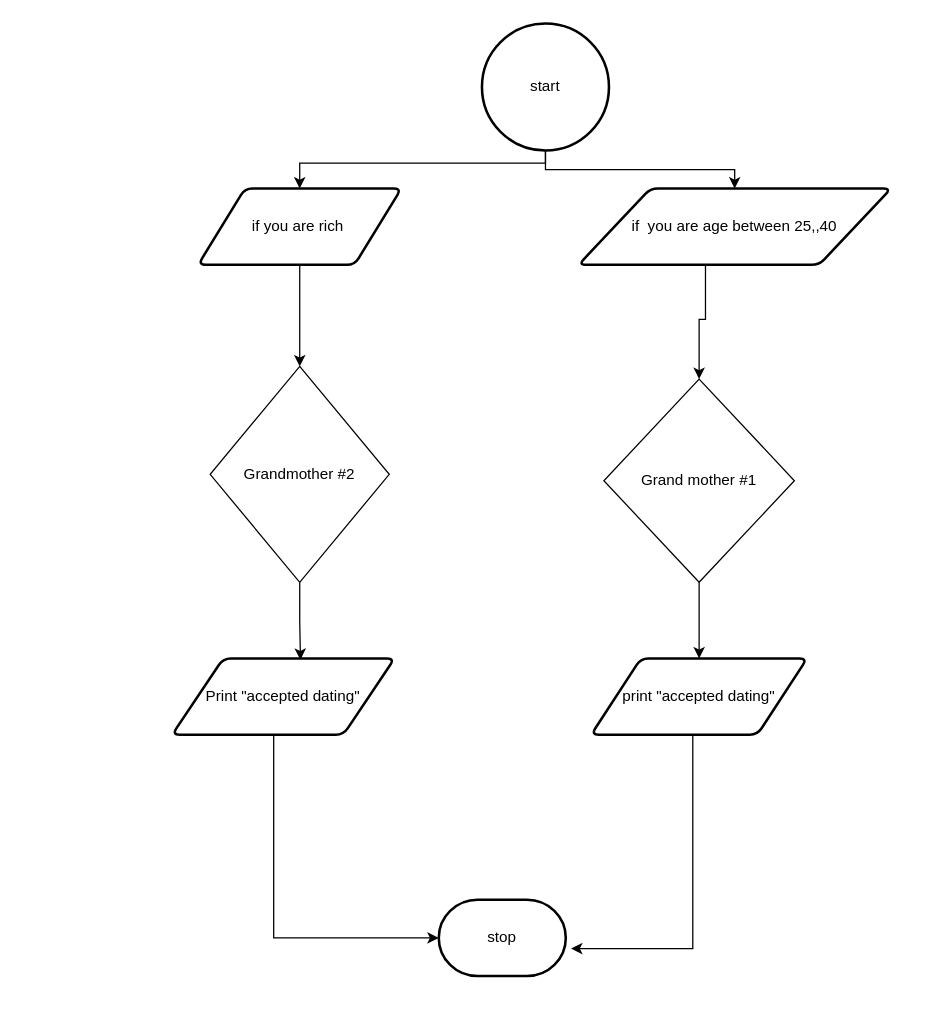
The draw.io diagram Flowchart.drawio in mohammedal-ess/ICS3U-Unit3-07-Python, before the edit. Source tidied: cells renumbered, new cells numbered last; positions are measured from the earlier drawing's top-left corner, leaving out a move shared by most shapes. Both pictures are drawn from the tidied source at 127%, with x=0, y=0 at pixel (171, 23).
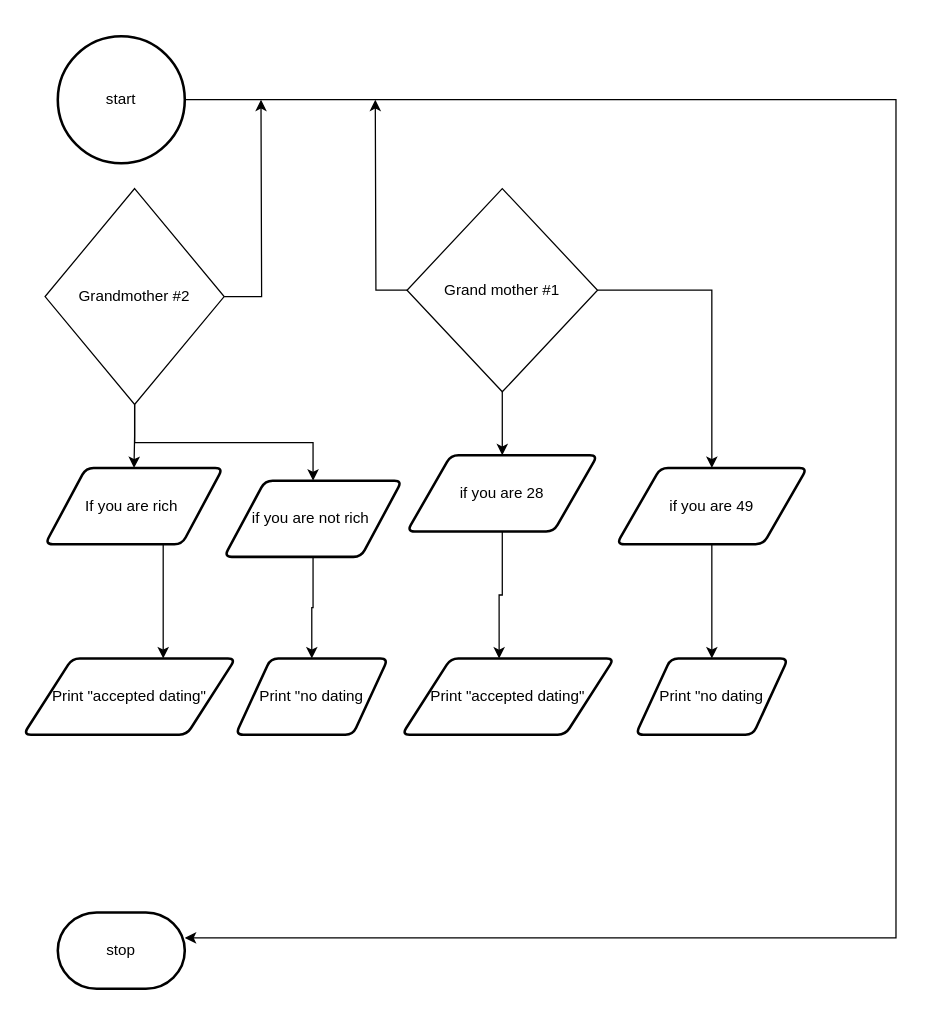
The same diagram, later.

What changed in the source:
```diff
@@
-    <mxCell id="2" style="edgeStyle=orthogonalEdgeStyle;html=1;entryX=0.5;entryY=0;entryDx=0;entryDy=0;rounded=0;" parent="1" edge="1" source="4" target="6">
-      <mxGeometry relative="1" as="geometry">
-        <Array as="points">
-          <mxPoint x="294" y="110" />
-          <mxPoint x="101" y="110" />
-        </Array>
-      </mxGeometry>
-    </mxCell>
-    <mxCell id="3" style="edgeStyle=orthogonalEdgeStyle;rounded=0;html=1;" parent="1" edge="1" source="4" target="10">
-      <mxGeometry relative="1" as="geometry">
-        <Array as="points">
-          <mxPoint x="294" y="115" />
-          <mxPoint x="443" y="115" />
-        </Array>
-      </mxGeometry>
-    </mxCell>
+    <mxCell id="18" style="edgeStyle=orthogonalEdgeStyle;rounded=0;html=1;" parent="1" edge="1" source="4" target="15">
+      <mxGeometry relative="1" as="geometry">
+        <Array as="points">
+          <mxPoint x="570" y="60" />
+          <mxPoint x="570" y="720" />
+        </Array>
+      </mxGeometry>
+    </mxCell>
     <mxCell id="4" value="start" style="strokeWidth=2;html=1;shape=mxgraph.flowchart.start_2;whiteSpace=wrap;" parent="1" vertex="1">
-      <mxGeometry x="244" width="100" height="100" as="geometry" />
+      <mxGeometry x="-90" y="10" width="100" height="100" as="geometry" />
     </mxCell>
-    <mxCell id="5" style="edgeStyle=orthogonalEdgeStyle;html=1;entryX=0.5;entryY=0;entryDx=0;entryDy=0;rounded=0;" parent="1" edge="1" source="6" target="8">
-      <mxGeometry relative="1" as="geometry" />
-    </mxCell>
-    <mxCell id="6" value="if you are rich&amp;nbsp;" style="shape=parallelogram;html=1;strokeWidth=2;perimeter=parallelogramPerimeter;whiteSpace=wrap;rounded=1;arcSize=12;size=0.23;" parent="1" vertex="1">
-      <mxGeometry x="20.5" y="130" width="160" height="60" as="geometry" />
-    </mxCell>
-    <mxCell id="7" style="edgeStyle=orthogonalEdgeStyle;rounded=0;html=1;entryX=0.577;entryY=0.017;entryDx=0;entryDy=0;entryPerimeter=0;" parent="1" edge="1" source="8" target="14">
-      <mxGeometry relative="1" as="geometry" />
-    </mxCell>
+    <mxCell id="19" style="edgeStyle=orthogonalEdgeStyle;rounded=0;html=1;entryX=0.5;entryY=0;entryDx=0;entryDy=0;" parent="1" edge="1" source="8" target="28">
+      <mxGeometry relative="1" as="geometry" />
+    </mxCell>
+    <mxCell id="20" style="edgeStyle=orthogonalEdgeStyle;rounded=0;html=1;" parent="1" edge="1" source="8" target="26">
+      <mxGeometry relative="1" as="geometry" />
+    </mxCell>
+    <mxCell id="21" style="edgeStyle=orthogonalEdgeStyle;rounded=0;html=1;" parent="1" edge="1" source="8">
+      <mxGeometry relative="1" as="geometry">
+        <mxPoint x="70" y="60" as="targetPoint" />
+      </mxGeometry>
+    </mxCell>
     <mxCell id="8" value="Grandmother #2" style="rhombus;whiteSpace=wrap;html=1;" parent="1" vertex="1">
-      <mxGeometry x="30" y="270" width="141" height="170" as="geometry" />
+      <mxGeometry x="-100" y="130" width="141" height="170" as="geometry" />
     </mxCell>
-    <mxCell id="9" style="edgeStyle=orthogonalEdgeStyle;rounded=0;html=1;" parent="1" edge="1" source="10" target="12">
-      <mxGeometry relative="1" as="geometry">
-        <Array as="points">
-          <mxPoint x="420" y="233" />
-          <mxPoint x="415" y="233" />
-        </Array>
-      </mxGeometry>
-    </mxCell>
-    <mxCell id="10" value="if&amp;nbsp; you are age between 25,,40" style="shape=parallelogram;html=1;strokeWidth=2;perimeter=parallelogramPerimeter;whiteSpace=wrap;rounded=1;arcSize=12;size=0.23;" parent="1" vertex="1">
-      <mxGeometry x="320" y="130" width="246.1" height="60" as="geometry" />
-    </mxCell>
-    <mxCell id="11" style="edgeStyle=orthogonalEdgeStyle;rounded=0;html=1;entryX=0.5;entryY=0;entryDx=0;entryDy=0;" parent="1" edge="1" source="12" target="17">
-      <mxGeometry relative="1" as="geometry" />
-    </mxCell>
+    <mxCell id="22" style="edgeStyle=orthogonalEdgeStyle;rounded=0;html=1;" parent="1" edge="1" source="12" target="32">
+      <mxGeometry relative="1" as="geometry" />
+    </mxCell>
+    <mxCell id="23" style="edgeStyle=orthogonalEdgeStyle;rounded=0;html=1;" parent="1" edge="1" source="12" target="30">
+      <mxGeometry relative="1" as="geometry" />
+    </mxCell>
+    <mxCell id="24" style="edgeStyle=orthogonalEdgeStyle;rounded=0;html=1;" parent="1" edge="1" source="12">
+      <mxGeometry relative="1" as="geometry">
+        <mxPoint x="160" y="60" as="targetPoint" />
+      </mxGeometry>
+    </mxCell>
     <mxCell id="12" value="Grand mother #1" style="rhombus;whiteSpace=wrap;html=1;" parent="1" vertex="1">
-      <mxGeometry x="340" y="280" width="150" height="160" as="geometry" />
+      <mxGeometry x="185" y="130" width="150" height="160" as="geometry" />
     </mxCell>
-    <mxCell id="13" style="edgeStyle=orthogonalEdgeStyle;rounded=0;html=1;entryX=0;entryY=0.5;entryDx=0;entryDy=0;entryPerimeter=0;" parent="1" edge="1" source="14" target="15">
-      <mxGeometry relative="1" as="geometry">
-        <Array as="points">
-          <mxPoint x="80" y="720" />
-        </Array>
-      </mxGeometry>
-    </mxCell>
     <mxCell id="14" value="Print &quot;accepted dating&quot;" style="shape=parallelogram;html=1;strokeWidth=2;perimeter=parallelogramPerimeter;whiteSpace=wrap;rounded=1;arcSize=12;size=0.23;" parent="1" vertex="1">
-      <mxGeometry y="500" width="175.2" height="60" as="geometry" />
+      <mxGeometry x="-117.1" y="500" width="167.1" height="60" as="geometry" />
     </mxCell>
     <mxCell id="15" value="stop" style="strokeWidth=2;html=1;shape=mxgraph.flowchart.terminator;whiteSpace=wrap;" parent="1" vertex="1">
-      <mxGeometry x="210" y="690" width="100" height="60" as="geometry" />
+      <mxGeometry x="-90" y="700" width="100" height="60" as="geometry" />
     </mxCell>
-    <mxCell id="16" style="edgeStyle=orthogonalEdgeStyle;rounded=0;html=1;entryX=1.041;entryY=0.64;entryDx=0;entryDy=0;entryPerimeter=0;" parent="1" edge="1" source="17" target="15">
-      <mxGeometry relative="1" as="geometry">
-        <Array as="points">
-          <mxPoint x="410" y="728" />
-        </Array>
-      </mxGeometry>
-    </mxCell>
-    <mxCell id="17" value="print &quot;accepted dating&quot;" style="shape=parallelogram;html=1;strokeWidth=2;perimeter=parallelogramPerimeter;whiteSpace=wrap;rounded=1;arcSize=12;size=0.23;" parent="1" vertex="1">
-      <mxGeometry x="330" y="500" width="170" height="60" as="geometry" />
-    </mxCell>
+    <mxCell id="25" style="edgeStyle=orthogonalEdgeStyle;rounded=0;html=1;" parent="1" edge="1" source="26" target="33">
+      <mxGeometry relative="1" as="geometry" />
+    </mxCell>
+    <mxCell id="26" value="if you are not rich&amp;nbsp;" style="shape=parallelogram;html=1;strokeWidth=2;perimeter=parallelogramPerimeter;whiteSpace=wrap;rounded=1;arcSize=12;size=0.23;" parent="1" vertex="1">
+      <mxGeometry x="41" y="360" width="140" height="60" as="geometry" />
+    </mxCell>
+    <mxCell id="27" style="edgeStyle=orthogonalEdgeStyle;rounded=0;html=1;" parent="1" edge="1" source="28" target="14">
+      <mxGeometry relative="1" as="geometry">
+        <Array as="points">
+          <mxPoint x="-7" y="450" />
+          <mxPoint x="-7" y="450" />
+        </Array>
+      </mxGeometry>
+    </mxCell>
+    <mxCell id="28" value="If you are rich&amp;nbsp;" style="shape=parallelogram;html=1;strokeWidth=2;perimeter=parallelogramPerimeter;whiteSpace=wrap;rounded=1;arcSize=12;size=0.23;" parent="1" vertex="1">
+      <mxGeometry x="-100" y="350" width="140" height="60" as="geometry" />
+    </mxCell>
+    <mxCell id="29" style="edgeStyle=orthogonalEdgeStyle;rounded=0;html=1;" parent="1" edge="1" source="30" target="35">
+      <mxGeometry relative="1" as="geometry" />
+    </mxCell>
+    <mxCell id="30" value="if you are 49" style="shape=parallelogram;html=1;strokeWidth=2;perimeter=parallelogramPerimeter;whiteSpace=wrap;rounded=1;arcSize=12;size=0.23;" parent="1" vertex="1">
+      <mxGeometry x="350" y="350" width="150" height="60" as="geometry" />
+    </mxCell>
+    <mxCell id="31" style="edgeStyle=orthogonalEdgeStyle;rounded=0;html=1;entryX=0.458;entryY=0.001;entryDx=0;entryDy=0;entryPerimeter=0;" parent="1" edge="1" source="32" target="34">
+      <mxGeometry relative="1" as="geometry" />
+    </mxCell>
+    <mxCell id="32" value="if you are 28" style="shape=parallelogram;html=1;strokeWidth=2;perimeter=parallelogramPerimeter;whiteSpace=wrap;rounded=1;arcSize=12;size=0.23;" parent="1" vertex="1">
+      <mxGeometry x="185" y="340" width="150" height="60" as="geometry" />
+    </mxCell>
+    <mxCell id="33" value="Print &quot;no dating" style="shape=parallelogram;html=1;strokeWidth=2;perimeter=parallelogramPerimeter;whiteSpace=wrap;rounded=1;arcSize=12;size=0.23;" parent="1" vertex="1">
+      <mxGeometry x="50" y="500" width="120" height="60" as="geometry" />
+    </mxCell>
+    <mxCell id="34" value="Print &quot;accepted dating&quot;" style="shape=parallelogram;html=1;strokeWidth=2;perimeter=parallelogramPerimeter;whiteSpace=wrap;rounded=1;arcSize=12;size=0.23;" parent="1" vertex="1">
+      <mxGeometry x="181" y="500" width="167.1" height="60" as="geometry" />
+    </mxCell>
+    <mxCell id="35" value="Print &quot;no dating" style="shape=parallelogram;html=1;strokeWidth=2;perimeter=parallelogramPerimeter;whiteSpace=wrap;rounded=1;arcSize=12;size=0.23;" parent="1" vertex="1">
+      <mxGeometry x="365" y="500" width="120" height="60" as="geometry" />
+    </mxCell>
```
